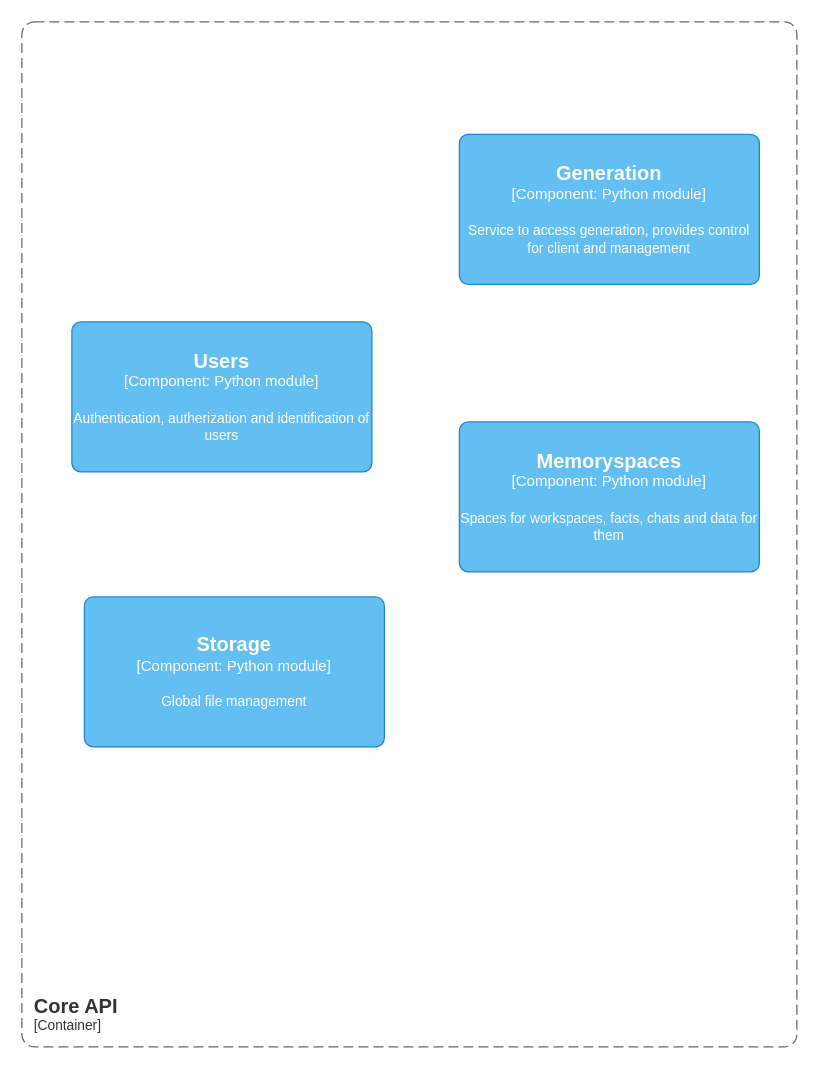
Before: page "C4 Component" (2 of 2) of docs/memorizer_c4.drawio in kv4D/memorizer, a draw.io diagram. Source tidied: cells renumbered, new cells numbered last; positions are measured from the earlier drawing's top-left corner, leaving out a move shared by most shapes. Both pictures are drawn from the tidied source at 125%, with x=0, y=0 at pixel (21, 21).
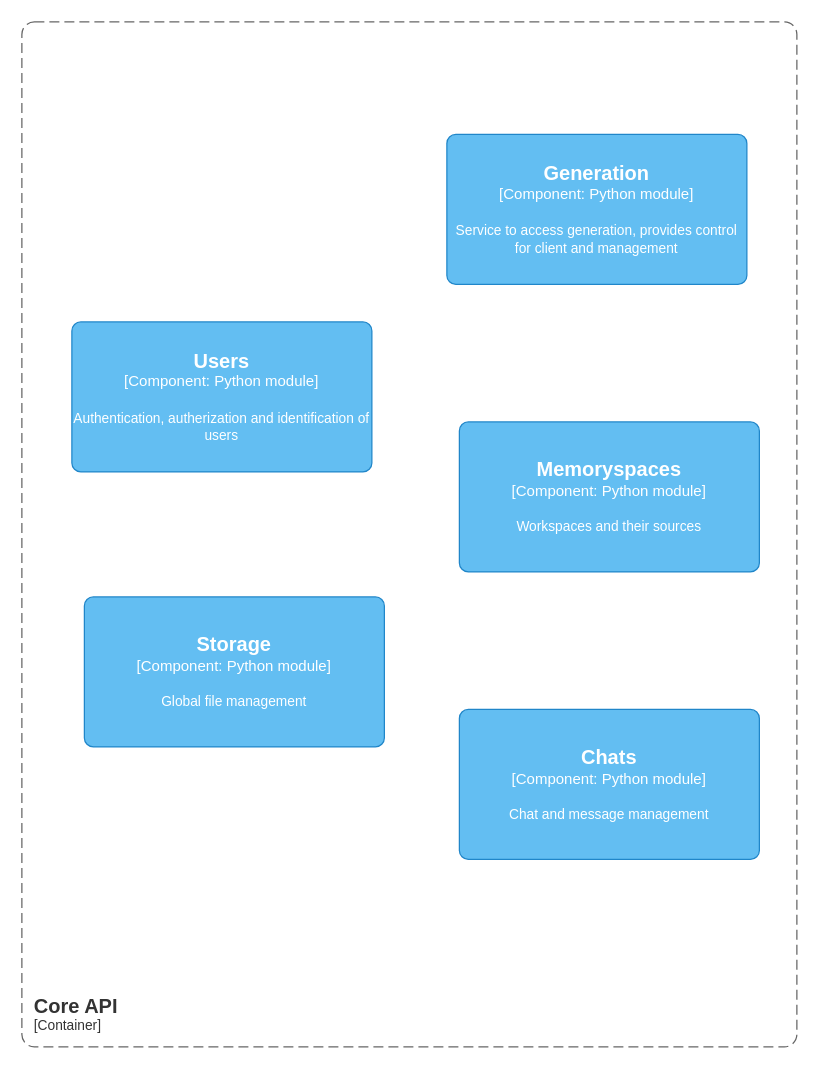
After the change.

The edit, as a diff of the source:
```diff
@@
 <mxGraphModel>
   <root>
     <mxCell id="0" />
     <mxCell id="1" parent="0" />
     <object id="2" label="&lt;font style=&quot;font-size: 16px&quot;&gt;&lt;b&gt;&lt;div style=&quot;text-align: left&quot;&gt;%c4Name%&lt;/div&gt;&lt;/b&gt;&lt;/font&gt;&lt;div style=&quot;text-align: left&quot;&gt;[%c4Application%]&lt;/div&gt;" c4Application="Container" c4Name="Core API" placeholders="1">
       <mxCell style="rounded=1;fontSize=11;whiteSpace=wrap;html=1;dashed=1;arcSize=20;fillColor=none;strokeColor=#666666;fontColor=#333333;labelBackgroundColor=none;align=left;verticalAlign=bottom;labelBorderColor=none;spacingTop=0;spacing=10;dashPattern=8 4;perimeter=rectanglePerimeter;noLabel=0;labelPadding=0;absoluteArcSize=1;" parent="1" vertex="1">
         <mxGeometry width="620" height="820" as="geometry" />
       </mxCell>
     </object>
     <object id="3" label="&lt;font style=&quot;font-size: 16px&quot;&gt;&lt;b&gt;%c4Name%&lt;/b&gt;&lt;/font&gt;&lt;div&gt;[%c4Type%: %c4Technology%]&lt;/div&gt;&lt;br&gt;&lt;div&gt;&lt;font style=&quot;font-size: 11px&quot;&gt;%c4Description%&lt;/font&gt;&lt;/div&gt;" c4Description="Authentication, autherization and identification of users" c4Name="Users" c4Technology="Python module" c4Type="Component" placeholders="1">
       <mxCell style="rounded=1;whiteSpace=wrap;html=1;labelBackgroundColor=none;fillColor=#63BEF2;fontColor=#ffffff;align=center;arcSize=6;strokeColor=#2086C9;" parent="1" vertex="1">
         <mxGeometry x="40" y="240" width="240" height="120" as="geometry" />
       </mxCell>
     </object>
-    <object id="4" label="&lt;font style=&quot;font-size: 16px&quot;&gt;&lt;b&gt;%c4Name%&lt;/b&gt;&lt;/font&gt;&lt;div&gt;[%c4Type%: %c4Technology%]&lt;/div&gt;&lt;br&gt;&lt;div&gt;&lt;font style=&quot;font-size: 11px&quot;&gt;%c4Description%&lt;/font&gt;&lt;/div&gt;" c4Description="Spaces for workspaces, facts, chats and data for them" c4Name="Memoryspaces" c4Technology="Python module" c4Type="Component" placeholders="1">
+    <object id="4" label="&lt;font style=&quot;font-size: 16px&quot;&gt;&lt;b&gt;%c4Name%&lt;/b&gt;&lt;/font&gt;&lt;div&gt;[%c4Type%: %c4Technology%]&lt;/div&gt;&lt;br&gt;&lt;div&gt;&lt;font style=&quot;font-size: 11px&quot;&gt;%c4Description%&lt;/font&gt;&lt;/div&gt;" c4Description="Workspaces and their sources" c4Name="Memoryspaces" c4Technology="Python module" c4Type="Component" placeholders="1">
       <mxCell style="rounded=1;whiteSpace=wrap;html=1;labelBackgroundColor=none;fillColor=#63BEF2;fontColor=#ffffff;align=center;arcSize=6;strokeColor=#2086C9;" parent="1" vertex="1">
         <mxGeometry x="350" y="320" width="240" height="120" as="geometry" />
       </mxCell>
     </object>
     <object id="5" label="&lt;font style=&quot;font-size: 16px&quot;&gt;&lt;b&gt;%c4Name%&lt;/b&gt;&lt;/font&gt;&lt;div&gt;[%c4Type%: %c4Technology%]&lt;/div&gt;&lt;br&gt;&lt;div&gt;&lt;font style=&quot;font-size: 11px&quot;&gt;%c4Description%&lt;/font&gt;&lt;/div&gt;" c4Description="Global file management" c4Name="Storage" c4Technology="Python module" c4Type="Component" placeholders="1">
       <mxCell style="rounded=1;whiteSpace=wrap;html=1;labelBackgroundColor=none;fillColor=#63BEF2;fontColor=#ffffff;align=center;arcSize=6;strokeColor=#2086C9;" parent="1" vertex="1">
         <mxGeometry x="50" y="460" width="240" height="120" as="geometry" />
       </mxCell>
     </object>
     <object id="6" label="&lt;font style=&quot;font-size: 16px&quot;&gt;&lt;b&gt;%c4Name%&lt;/b&gt;&lt;/font&gt;&lt;div&gt;[%c4Type%: %c4Technology%]&lt;/div&gt;&lt;br&gt;&lt;div&gt;&lt;font style=&quot;font-size: 11px&quot;&gt;%c4Description%&lt;/font&gt;&lt;/div&gt;" c4Description="Service to access generation, provides control for client and management" c4Name="Generation" c4Technology="Python module" c4Type="Component" placeholders="1">
       <mxCell style="rounded=1;whiteSpace=wrap;html=1;labelBackgroundColor=none;fillColor=#63BEF2;fontColor=#ffffff;align=center;arcSize=6;strokeColor=#2086C9;" parent="1" vertex="1">
-        <mxGeometry x="350" y="90" width="240" height="120" as="geometry" />
+        <mxGeometry x="340" y="90" width="240" height="120" as="geometry" />
       </mxCell>
     </object>
+    <object id="7" label="&lt;font style=&quot;font-size: 16px&quot;&gt;&lt;b&gt;%c4Name%&lt;/b&gt;&lt;/font&gt;&lt;div&gt;[%c4Type%: %c4Technology%]&lt;/div&gt;&lt;br&gt;&lt;div&gt;&lt;font style=&quot;font-size: 11px&quot;&gt;%c4Description%&lt;/font&gt;&lt;/div&gt;" c4Description="Chat and message management" c4Name="Chats" c4Technology="Python module" c4Type="Component" placeholders="1">
+      <mxCell style="rounded=1;whiteSpace=wrap;html=1;labelBackgroundColor=none;fillColor=#63BEF2;fontColor=#ffffff;align=center;arcSize=6;strokeColor=#2086C9;" parent="1" vertex="1">
+        <mxGeometry x="350" y="550" width="240" height="120" as="geometry" />
+      </mxCell>
+    </object>
   </root>
 </mxGraphModel>
```
